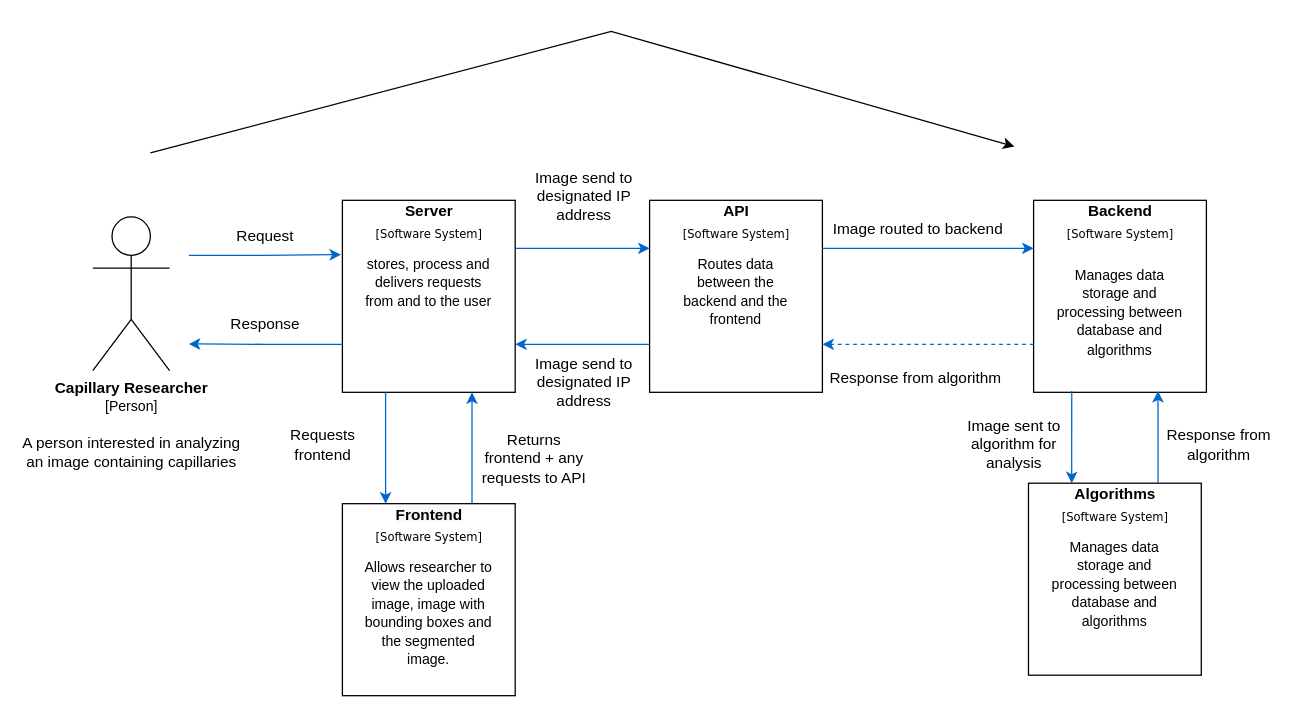
Above: page "System Context" (1 of 6) of diagram/paper4.drawio in magedhelmy1/capillarydetection (draw.io), before the change. Source tidied: cells renumbered, new cells numbered last; positions are measured from the earlier drawing's top-left corner, leaving out a move shared by most shapes. Both pictures are drawn from the tidied source at 128%, with x=0, y=0 at pixel (92, 31).
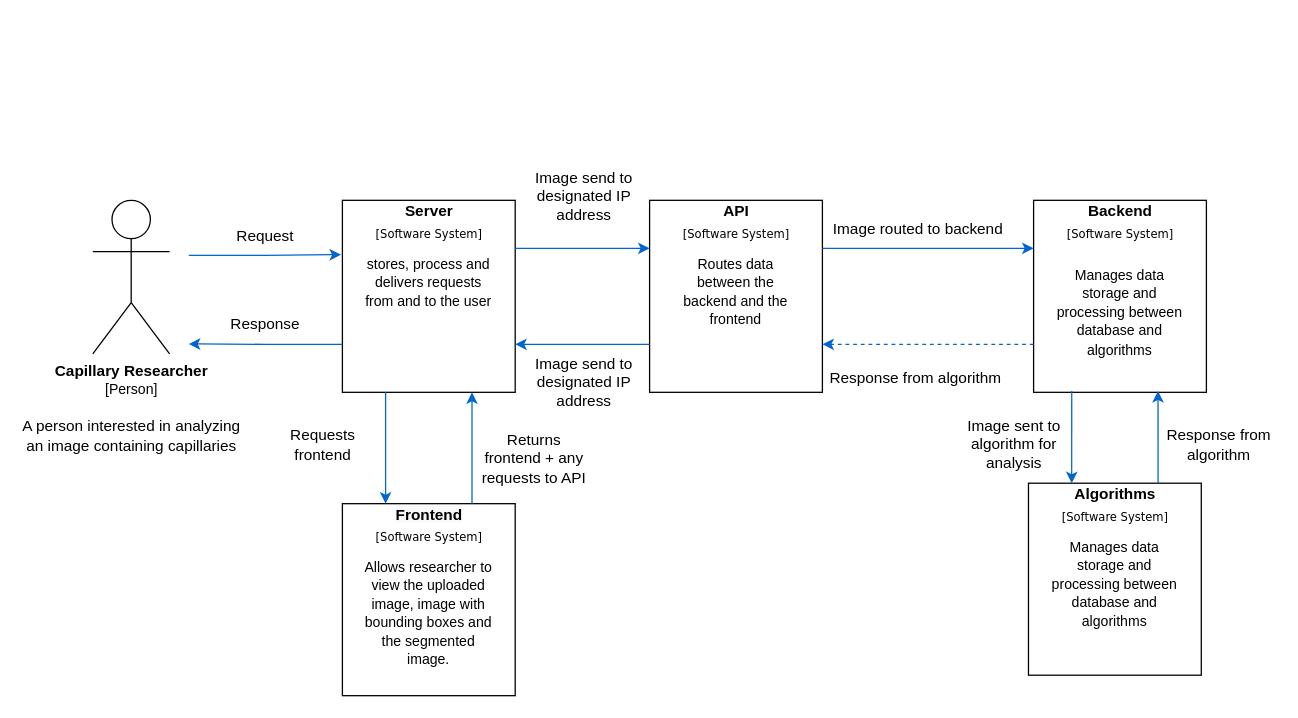
The same diagram, later.

Commit message (it also covers changes not shown here):
Repoint History of master

Change to the diagram source:
```diff
@@
     <mxCell id="2" value="&lt;b&gt;Capillary Researcher&lt;br&gt;&lt;/b&gt;&lt;font style=&quot;font-size: 11px&quot;&gt;[Person]&lt;br&gt;&lt;/font&gt;&lt;br&gt;A person interested in analyzing&lt;br&gt;an image containing capillaries" style="shape=umlActor;verticalLabelPosition=bottom;verticalAlign=top;html=1;" parent="1" vertex="1">
-      <mxGeometry y="145" width="60" height="120" as="geometry" />
+      <mxGeometry y="132" width="60" height="120" as="geometry" />
     </mxCell>
@@
-    <mxCell id="49" style="endArrow=classic;html=1;rounded=0;" parent="1" edge="1">
-      <mxGeometry relative="1" as="geometry">
-        <mxPoint x="45" y="95" as="sourcePoint" />
-        <mxPoint x="720" y="90" as="targetPoint" />
-        <Array as="points">
-          <mxPoint x="405" />
-        </Array>
-      </mxGeometry>
-    </mxCell>
```
